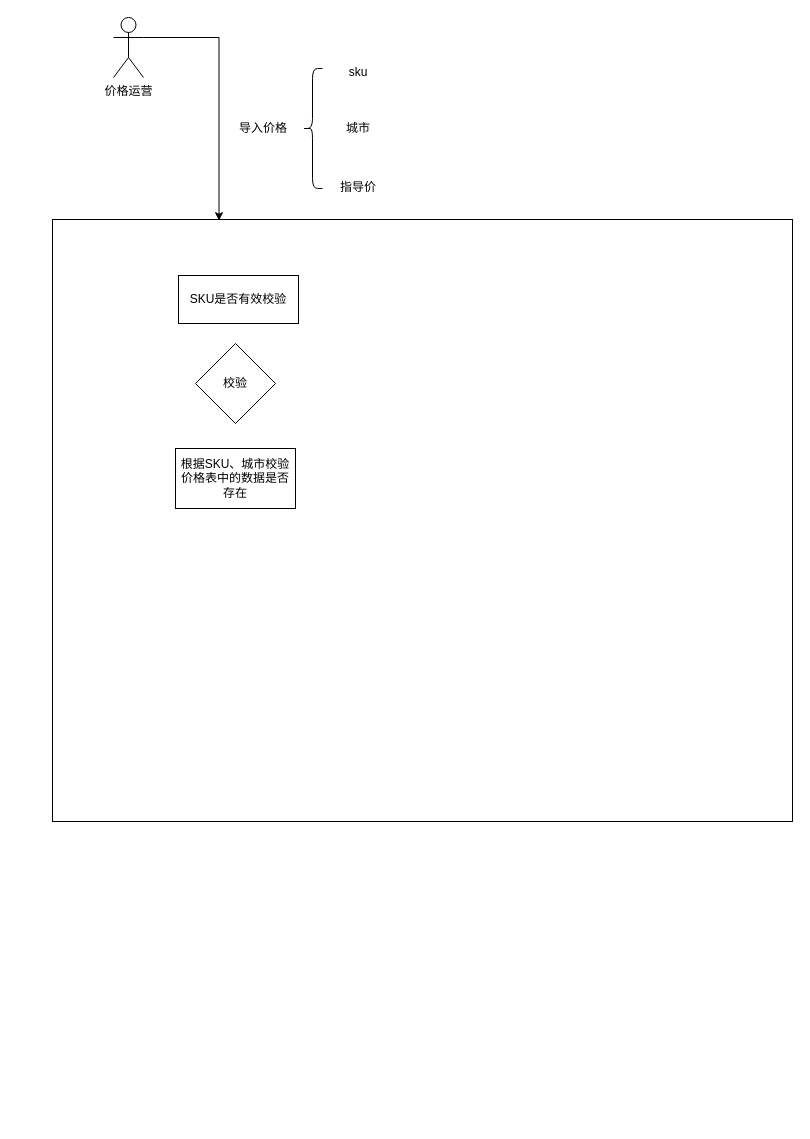
This is page "价格导入" (5 of 5) of docs/goods.drawio from lokiworks/codebase, a draw.io file, before an edit. Source tidied: cells renumbered, new cells numbered last; positions are measured from the earlier drawing's top-left corner, leaving out a move shared by most shapes. Both pictures are drawn from the tidied source at 100%, with x=0, y=0 at pixel (52, 17).
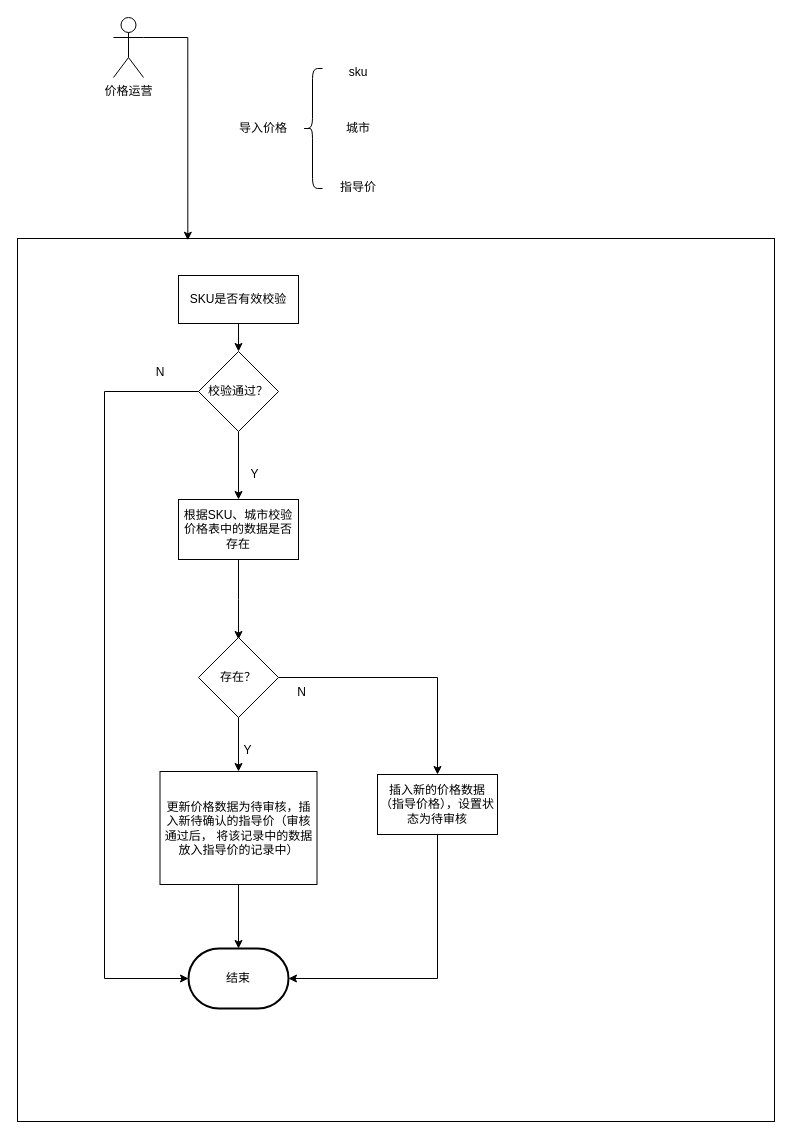
After the change.

Unchanged cells that the change refers to:
```xml
<mxCell id="10" value="SKU是否有效校验" style="rounded=0;whiteSpace=wrap;html=1;" parent="1" vertex="1">
  <mxGeometry x="126" y="258" width="120" height="48" as="geometry" />
</mxCell>
```

Diff of the diagram source:
```diff
@@
     <mxCell id="2" style="rounded=0;whiteSpace=wrap;html=1;" parent="1" vertex="1">
-      <mxGeometry y="202" width="740" height="602" as="geometry" />
+      <mxGeometry x="-35" y="221" width="757" height="883" as="geometry" />
     </mxCell>
@@
+    <mxCell id="13" style="edgeStyle=orthogonalEdgeStyle;rounded=0;jettySize=auto;html=1;" parent="1" edge="1" source="10" target="12">
+      <mxGeometry relative="1" as="geometry" />
+    </mxCell>
@@
+    <mxCell id="14" style="edgeStyle=orthogonalEdgeStyle;rounded=0;jettySize=auto;html=1;exitX=0.5;exitY=1;exitDx=0;exitDy=0;" parent="1" edge="1" source="11">
+      <mxGeometry relative="1" as="geometry">
+        <mxPoint x="186" y="622" as="targetPoint" />
+      </mxGeometry>
+    </mxCell>
     <mxCell id="11" value="根据SKU、城市校验价格表中的数据是否存在" style="rounded=0;whiteSpace=wrap;html=1;" parent="1" vertex="1">
-      <mxGeometry x="123" y="431" width="120" height="60" as="geometry" />
+      <mxGeometry x="126" y="482" width="120" height="60" as="geometry" />
     </mxCell>
+    <mxCell id="15" style="edgeStyle=orthogonalEdgeStyle;rounded=0;jettySize=auto;html=1;exitX=0.5;exitY=1;exitDx=0;exitDy=0;" parent="1" edge="1" source="12" target="11">
+      <mxGeometry relative="1" as="geometry" />
+    </mxCell>
+    <mxCell id="16" style="edgeStyle=orthogonalEdgeStyle;rounded=0;jettySize=auto;html=1;entryX=0;entryY=0.5;entryDx=0;entryDy=0;entryPerimeter=0;exitX=0;exitY=0.5;exitDx=0;exitDy=0;" parent="1" edge="1" source="12" target="18">
+      <mxGeometry relative="1" as="geometry">
+        <Array as="points">
+          <mxPoint x="52" y="374" />
+          <mxPoint x="52" y="961" />
+        </Array>
+      </mxGeometry>
+    </mxCell>
-    <mxCell id="12" value="校验" style="rhombus;whiteSpace=wrap;html=1;" parent="1" vertex="1">
-      <mxGeometry x="143" y="326" width="80" height="80" as="geometry" />
+    <mxCell id="12" value="校验通过？" style="rhombus;whiteSpace=wrap;html=1;" parent="1" vertex="1">
+      <mxGeometry x="146" y="334" width="80" height="80" as="geometry" />
     </mxCell>
+    <mxCell id="17" value="Y" style="text;html=1;strokeColor=none;fillColor=none;align=center;verticalAlign=middle;whiteSpace=wrap;rounded=0;" parent="1" vertex="1">
+      <mxGeometry x="172" y="441" width="61" height="31" as="geometry" />
+    </mxCell>
+    <mxCell id="18" value="结束" style="strokeWidth=2;html=1;shape=mxgraph.flowchart.terminator;whiteSpace=wrap;" parent="1" vertex="1">
+      <mxGeometry x="136" y="931" width="100" height="60" as="geometry" />
+    </mxCell>
+    <mxCell id="19" value="N" style="text;html=1;strokeColor=none;fillColor=none;align=center;verticalAlign=middle;whiteSpace=wrap;rounded=0;" parent="1" vertex="1">
+      <mxGeometry x="78" y="340" width="60" height="30" as="geometry" />
+    </mxCell>
+    <mxCell id="20" style="edgeStyle=orthogonalEdgeStyle;rounded=0;jettySize=auto;html=1;" parent="1" edge="1" source="22" target="24">
+      <mxGeometry relative="1" as="geometry" />
+    </mxCell>
+    <mxCell id="21" style="edgeStyle=orthogonalEdgeStyle;rounded=0;jettySize=auto;html=1;exitX=1;exitY=0.5;exitDx=0;exitDy=0;" parent="1" edge="1" source="22" target="27">
+      <mxGeometry relative="1" as="geometry" />
+    </mxCell>
+    <mxCell id="22" value="存在？" style="rhombus;whiteSpace=wrap;html=1;" parent="1" vertex="1">
+      <mxGeometry x="146" y="620" width="80" height="80" as="geometry" />
+    </mxCell>
+    <mxCell id="23" style="edgeStyle=orthogonalEdgeStyle;rounded=0;jettySize=auto;html=1;" parent="1" edge="1" source="24" target="18">
+      <mxGeometry relative="1" as="geometry" />
+    </mxCell>
+    <mxCell id="24" value="更新价格数据为待审核，插入新待确认的指导价（审核通过后， 将该记录中的数据放入指导价的记录中）" style="rounded=0;whiteSpace=wrap;html=1;" parent="1" vertex="1">
+      <mxGeometry x="107.5" y="754" width="157" height="113" as="geometry" />
+    </mxCell>
+    <mxCell id="25" value="Y" style="text;html=1;strokeColor=none;fillColor=none;align=center;verticalAlign=middle;whiteSpace=wrap;rounded=0;" parent="1" vertex="1">
+      <mxGeometry x="165" y="717" width="61" height="31" as="geometry" />
+    </mxCell>
+    <mxCell id="26" style="edgeStyle=orthogonalEdgeStyle;rounded=0;jettySize=auto;html=1;entryX=1;entryY=0.5;entryDx=0;entryDy=0;entryPerimeter=0;exitX=0.5;exitY=1;exitDx=0;exitDy=0;" parent="1" edge="1" source="27" target="18">
+      <mxGeometry relative="1" as="geometry" />
+    </mxCell>
+    <mxCell id="27" value="插入新的价格数据（指导价格），设置状态为待审核" style="rounded=0;whiteSpace=wrap;html=1;" parent="1" vertex="1">
+      <mxGeometry x="325" y="757" width="120" height="60" as="geometry" />
+    </mxCell>
+    <mxCell id="28" value="N" style="text;html=1;strokeColor=none;fillColor=none;align=center;verticalAlign=middle;whiteSpace=wrap;rounded=0;" parent="1" vertex="1">
+      <mxGeometry x="219" y="659" width="61" height="31" as="geometry" />
+    </mxCell>
```
